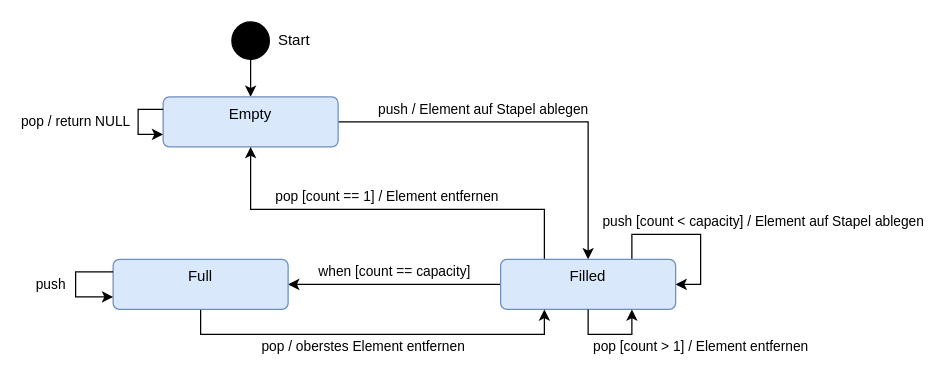
Earlier version of the draw.io diagram page "Seite-2" (2 of 2) of swt_h04/h04_A5.drawio (cortex359/matse-aachen.ws23). Source tidied: cells renumbered, new cells numbered last; positions are measured from the earlier drawing's top-left corner, leaving out a move shared by most shapes. Both pictures are drawn from the tidied source at 125%, with x=0, y=0 at pixel (75, 21).
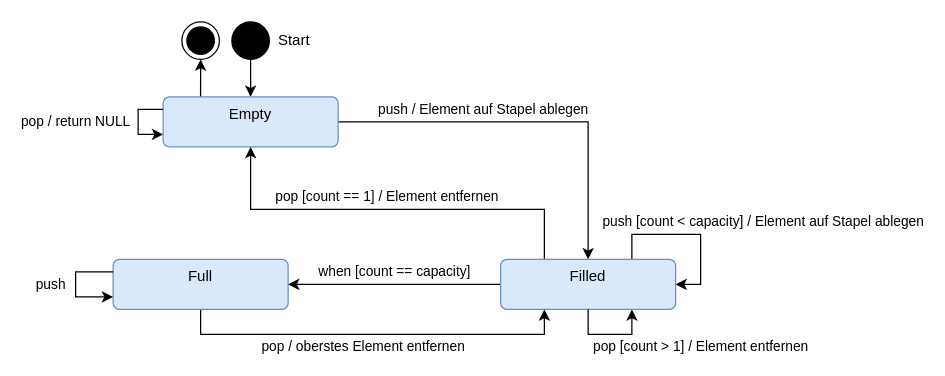
The same page after the edit.

The change refers to these unchanged cells:
```xml
<mxCell id="5" value="Empty" style="html=1;align=center;verticalAlign=top;rounded=1;absoluteArcSize=1;arcSize=10;dashed=0;whiteSpace=wrap;fillColor=#dae8fc;strokeColor=#6c8ebf;" parent="1" vertex="1">
  <mxGeometry x="70" y="60" width="140" height="40" as="geometry" />
</mxCell>
```

Change to the diagram source:
```diff
@@
+    <mxCell id="16" style="edgeStyle=orthogonalEdgeStyle;rounded=0;jettySize=auto;html=1;exitX=0.214;exitY=0;exitDx=0;exitDy=0;exitPerimeter=0;" parent="1" edge="1" source="5" target="17">
+      <mxGeometry relative="1" as="geometry" />
+    </mxCell>
@@
+    <mxCell id="17" style="ellipse;html=1;shape=endState;fillColor=strokeColor;" parent="1" vertex="1">
+      <mxGeometry x="85" width="30" height="30" as="geometry" />
+    </mxCell>
```
